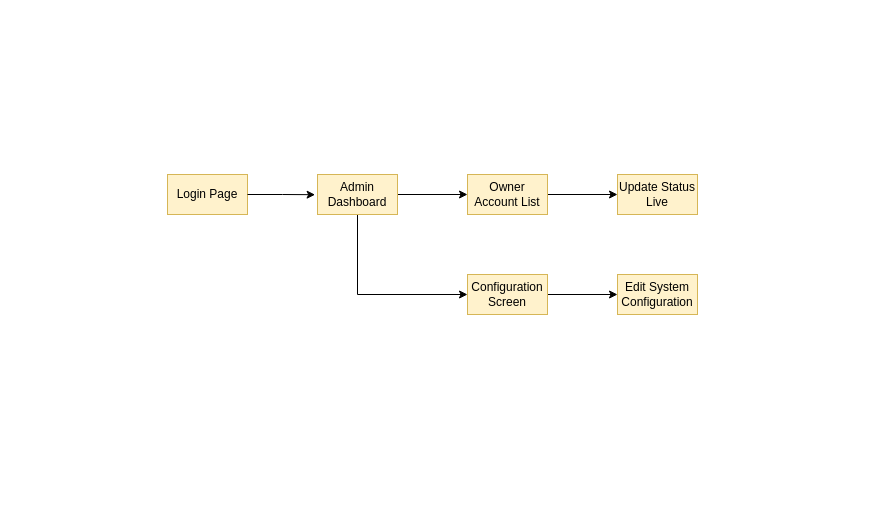
This is docs/diagrams/admin_screen_flow.drawio from fouzo53/software-engineering-project, a draw.io file, before an edit. Source tidied: cells renumbered, new cells numbered last; positions are measured from the earlier drawing's top-left corner, leaving out a move shared by most shapes. Both pictures are drawn from the tidied source at 100%, with x=0, y=0 at pixel (167, 174).
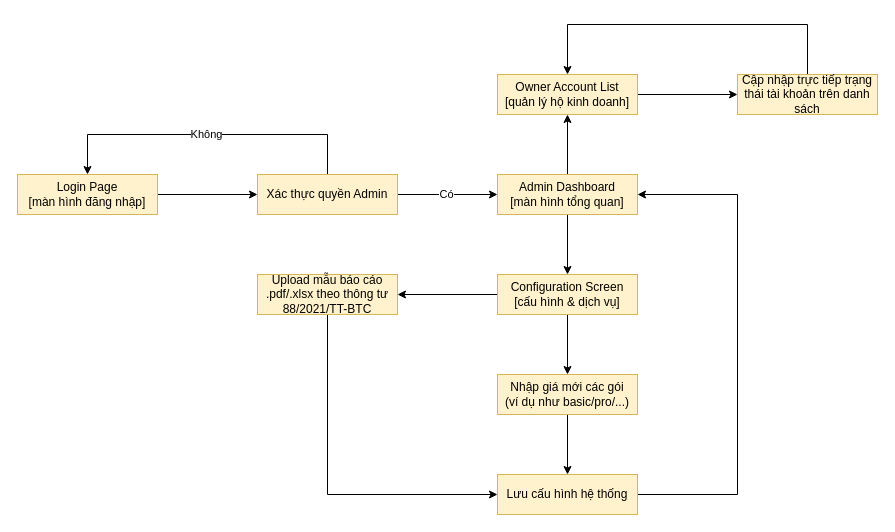
After the change.

The edit, as a diff of the source:
```diff
@@
-    <mxCell id="2" value="Login Page" style="rounded=0;whiteSpace=wrap;html=1;fillColor=#fff2cc;strokeColor=#d6b656;" parent="1" vertex="1">
-      <mxGeometry width="80" height="40" as="geometry" />
-    </mxCell>
-    <mxCell id="3" style="edgeStyle=orthogonalEdgeStyle;rounded=0;jettySize=auto;html=1;entryX=0;entryY=0.5;entryDx=0;entryDy=0;" parent="1" edge="1" source="5" target="8">
-      <mxGeometry relative="1" as="geometry" />
-    </mxCell>
-    <mxCell id="4" style="edgeStyle=orthogonalEdgeStyle;rounded=0;jettySize=auto;html=1;entryX=0;entryY=0.5;entryDx=0;entryDy=0;" parent="1" edge="1" source="5" target="10">
-      <mxGeometry relative="1" as="geometry">
-        <Array as="points">
-          <mxPoint x="190" y="120" />
-        </Array>
-      </mxGeometry>
-    </mxCell>
-    <mxCell id="5" value="Admin Dashboard" style="rounded=0;whiteSpace=wrap;html=1;fillColor=#fff2cc;strokeColor=#d6b656;" parent="1" vertex="1">
-      <mxGeometry x="150" width="80" height="40" as="geometry" />
-    </mxCell>
-    <mxCell id="6" style="edgeStyle=orthogonalEdgeStyle;rounded=0;jettySize=auto;html=1;entryX=-0.03;entryY=0.505;entryDx=0;entryDy=0;entryPerimeter=0;" parent="1" edge="1" source="2" target="5">
-      <mxGeometry relative="1" as="geometry" />
-    </mxCell>
-    <mxCell id="7" style="edgeStyle=orthogonalEdgeStyle;rounded=0;jettySize=auto;html=1;entryX=0;entryY=0.5;entryDx=0;entryDy=0;" parent="1" edge="1" source="8" target="11">
-      <mxGeometry relative="1" as="geometry" />
-    </mxCell>
-    <mxCell id="8" value="Owner Account List" style="rounded=0;whiteSpace=wrap;html=1;fillColor=#fff2cc;strokeColor=#d6b656;" parent="1" vertex="1">
-      <mxGeometry x="300" width="80" height="40" as="geometry" />
-    </mxCell>
-    <mxCell id="9" style="edgeStyle=orthogonalEdgeStyle;rounded=0;jettySize=auto;html=1;entryX=0;entryY=0.5;entryDx=0;entryDy=0;" parent="1" edge="1" source="10" target="12">
-      <mxGeometry relative="1" as="geometry" />
-    </mxCell>
-    <mxCell id="10" value="Configuration Screen" style="rounded=0;whiteSpace=wrap;html=1;fillColor=#fff2cc;strokeColor=#d6b656;" parent="1" vertex="1">
-      <mxGeometry x="300" y="100" width="80" height="40" as="geometry" />
-    </mxCell>
-    <mxCell id="11" value="Update Status Live" style="rounded=0;whiteSpace=wrap;html=1;fillColor=#fff2cc;strokeColor=#d6b656;" parent="1" vertex="1">
-      <mxGeometry x="450" width="80" height="40" as="geometry" />
-    </mxCell>
-    <mxCell id="12" value="Edit System Configuration" style="rounded=0;whiteSpace=wrap;html=1;fillColor=#fff2cc;strokeColor=#d6b656;" parent="1" vertex="1">
-      <mxGeometry x="450" y="100" width="80" height="40" as="geometry" />
-    </mxCell>
+    <mxCell id="13" style="edgeStyle=orthogonalEdgeStyle;rounded=0;jettySize=auto;html=1;entryX=0;entryY=0.5;entryDx=0;entryDy=0;" parent="1" edge="1" source="14" target="19">
+      <mxGeometry relative="1" as="geometry" />
+    </mxCell>
+    <mxCell id="14" value="Login Page&lt;div&gt;[màn hình đăng nhập]&lt;/div&gt;" style="rounded=0;whiteSpace=wrap;html=1;fillColor=#fff2cc;strokeColor=#d6b656;" parent="1" vertex="1">
+      <mxGeometry x="-150" width="140" height="40" as="geometry" />
+    </mxCell>
+    <mxCell id="15" style="edgeStyle=orthogonalEdgeStyle;rounded=0;jettySize=auto;html=1;entryX=0.5;entryY=0;entryDx=0;entryDy=0;exitX=0.5;exitY=0;exitDx=0;exitDy=0;" parent="1" edge="1" source="19" target="14">
+      <mxGeometry relative="1" as="geometry">
+        <Array as="points">
+          <mxPoint x="160" y="-40" />
+          <mxPoint x="-80" y="-40" />
+        </Array>
+      </mxGeometry>
+    </mxCell>
+    <mxCell id="16" value="Không" style="edgeLabel;html=1;align=center;verticalAlign=middle;" parent="15" vertex="1">
+      <mxGeometry y="1" relative="1" as="geometry">
+        <mxPoint x="-2" y="-2" as="offset" />
+      </mxGeometry>
+    </mxCell>
+    <mxCell id="17" style="edgeStyle=orthogonalEdgeStyle;rounded=0;jettySize=auto;html=1;entryX=0;entryY=0.5;entryDx=0;entryDy=0;" parent="1" edge="1" source="19" target="22">
+      <mxGeometry relative="1" as="geometry" />
+    </mxCell>
+    <mxCell id="18" value="Có" style="edgeLabel;html=1;align=center;verticalAlign=middle;" parent="17" vertex="1">
+      <mxGeometry x="-0.07" relative="1" as="geometry">
+        <mxPoint x="1" y="-1" as="offset" />
+      </mxGeometry>
+    </mxCell>
+    <mxCell id="19" value="Xác thực quyền Admin" style="rounded=0;whiteSpace=wrap;html=1;fillColor=#fff2cc;strokeColor=#d6b656;" parent="1" vertex="1">
+      <mxGeometry x="90" width="140" height="40" as="geometry" />
+    </mxCell>
+    <mxCell id="20" style="edgeStyle=orthogonalEdgeStyle;rounded=0;jettySize=auto;html=1;entryX=0.5;entryY=0;entryDx=0;entryDy=0;" parent="1" edge="1" source="22" target="25">
+      <mxGeometry relative="1" as="geometry" />
+    </mxCell>
+    <mxCell id="21" style="edgeStyle=orthogonalEdgeStyle;rounded=0;jettySize=auto;html=1;entryX=0.5;entryY=1;entryDx=0;entryDy=0;" parent="1" edge="1" source="22" target="33">
+      <mxGeometry relative="1" as="geometry" />
+    </mxCell>
+    <mxCell id="22" value="Admin Dashboard&lt;div&gt;[màn hình tổng quan]&lt;/div&gt;" style="rounded=0;whiteSpace=wrap;html=1;fillColor=#fff2cc;strokeColor=#d6b656;" parent="1" vertex="1">
+      <mxGeometry x="330" width="140" height="40" as="geometry" />
+    </mxCell>
+    <mxCell id="23" style="edgeStyle=orthogonalEdgeStyle;rounded=0;jettySize=auto;html=1;entryX=0.5;entryY=0;entryDx=0;entryDy=0;" parent="1" edge="1" source="25" target="27">
+      <mxGeometry relative="1" as="geometry" />
+    </mxCell>
+    <mxCell id="24" style="edgeStyle=orthogonalEdgeStyle;rounded=0;jettySize=auto;html=1;entryX=1;entryY=0.5;entryDx=0;entryDy=0;" parent="1" edge="1" source="25" target="31">
+      <mxGeometry relative="1" as="geometry" />
+    </mxCell>
+    <mxCell id="25" value="Configuration Screen&lt;div&gt;[cấu hình &amp;amp; dịch vụ]&lt;/div&gt;" style="rounded=0;whiteSpace=wrap;html=1;fillColor=#fff2cc;strokeColor=#d6b656;" parent="1" vertex="1">
+      <mxGeometry x="330" y="100" width="140" height="40" as="geometry" />
+    </mxCell>
+    <mxCell id="26" style="edgeStyle=orthogonalEdgeStyle;rounded=0;jettySize=auto;html=1;entryX=0.5;entryY=0;entryDx=0;entryDy=0;" parent="1" edge="1" source="27" target="29">
+      <mxGeometry relative="1" as="geometry" />
+    </mxCell>
+    <mxCell id="27" value="Nhập giá mới các gói&lt;div&gt;(ví dụ như basic/pro/...)&lt;/div&gt;" style="rounded=0;whiteSpace=wrap;html=1;fillColor=#fff2cc;strokeColor=#d6b656;" parent="1" vertex="1">
+      <mxGeometry x="330" y="200" width="140" height="40" as="geometry" />
+    </mxCell>
+    <mxCell id="28" style="edgeStyle=orthogonalEdgeStyle;rounded=0;jettySize=auto;html=1;entryX=1;entryY=0.5;entryDx=0;entryDy=0;exitX=1;exitY=0.5;exitDx=0;exitDy=0;" parent="1" edge="1" source="29" target="22">
+      <mxGeometry relative="1" as="geometry">
+        <Array as="points">
+          <mxPoint x="570" y="320" />
+          <mxPoint x="570" y="20" />
+        </Array>
+      </mxGeometry>
+    </mxCell>
+    <mxCell id="29" value="Lưu cấu hình hệ thống" style="rounded=0;whiteSpace=wrap;html=1;fillColor=#fff2cc;strokeColor=#d6b656;" parent="1" vertex="1">
+      <mxGeometry x="330" y="300" width="140" height="40" as="geometry" />
+    </mxCell>
+    <mxCell id="30" style="edgeStyle=orthogonalEdgeStyle;rounded=0;jettySize=auto;html=1;entryX=0;entryY=0.5;entryDx=0;entryDy=0;exitX=0.5;exitY=1;exitDx=0;exitDy=0;" parent="1" edge="1" source="31" target="29">
+      <mxGeometry relative="1" as="geometry" />
+    </mxCell>
+    <mxCell id="31" value="Upload mẫu báo cáo .pdf/.xlsx theo thông tư 88/2021/TT-BTC" style="rounded=0;whiteSpace=wrap;html=1;fillColor=#fff2cc;strokeColor=#d6b656;" parent="1" vertex="1">
+      <mxGeometry x="90" y="100" width="140" height="40" as="geometry" />
+    </mxCell>
+    <mxCell id="32" style="edgeStyle=orthogonalEdgeStyle;rounded=0;jettySize=auto;html=1;entryX=0;entryY=0.5;entryDx=0;entryDy=0;" parent="1" edge="1" source="33" target="35">
+      <mxGeometry relative="1" as="geometry" />
+    </mxCell>
+    <mxCell id="33" value="Owner Account List&lt;div&gt;[quản lý hộ kinh doanh]&lt;/div&gt;" style="rounded=0;whiteSpace=wrap;html=1;fillColor=#fff2cc;strokeColor=#d6b656;" parent="1" vertex="1">
+      <mxGeometry x="330" y="-100" width="140" height="40" as="geometry" />
+    </mxCell>
+    <mxCell id="34" style="edgeStyle=orthogonalEdgeStyle;rounded=0;jettySize=auto;html=1;entryX=0.5;entryY=0;entryDx=0;entryDy=0;exitX=0.5;exitY=0;exitDx=0;exitDy=0;" parent="1" edge="1" source="35" target="33">
+      <mxGeometry relative="1" as="geometry">
+        <Array as="points">
+          <mxPoint x="640" y="-150" />
+          <mxPoint x="400" y="-150" />
+        </Array>
+      </mxGeometry>
+    </mxCell>
+    <mxCell id="35" value="Cập nhập trực tiếp trạng thái tài khoản trên danh sách" style="rounded=0;whiteSpace=wrap;html=1;fillColor=#fff2cc;strokeColor=#d6b656;" parent="1" vertex="1">
+      <mxGeometry x="570" y="-100" width="140" height="40" as="geometry" />
+    </mxCell>
```
